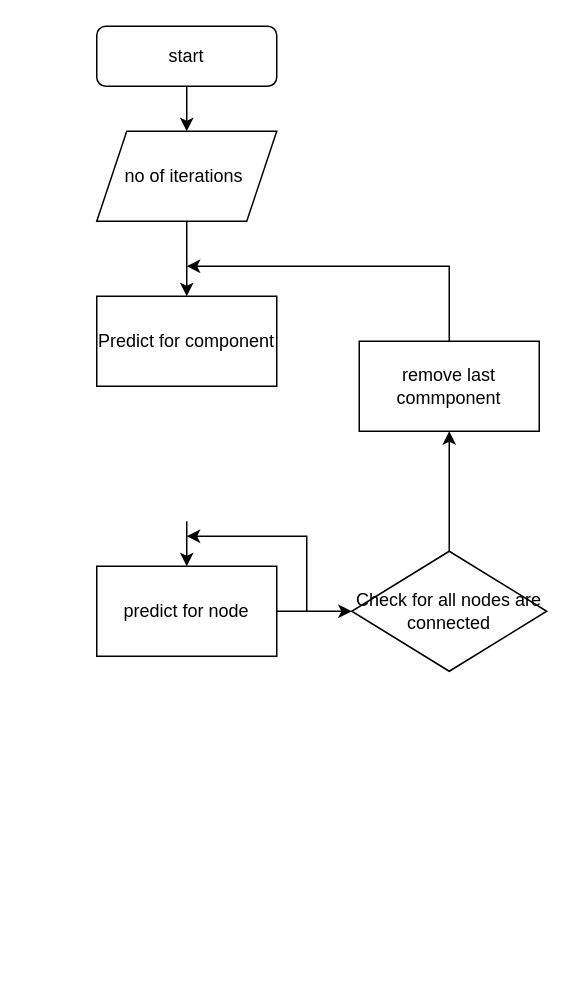
Before: Untitled Diagram.drawio in praveen2k2/praveen2k2, a draw.io diagram. Source tidied: cells renumbered, new cells numbered last; positions are measured from the earlier drawing's top-left corner, leaving out a move shared by most shapes. Both pictures are drawn from the tidied source at 150%, with x=0, y=0 at pixel (96, 26).
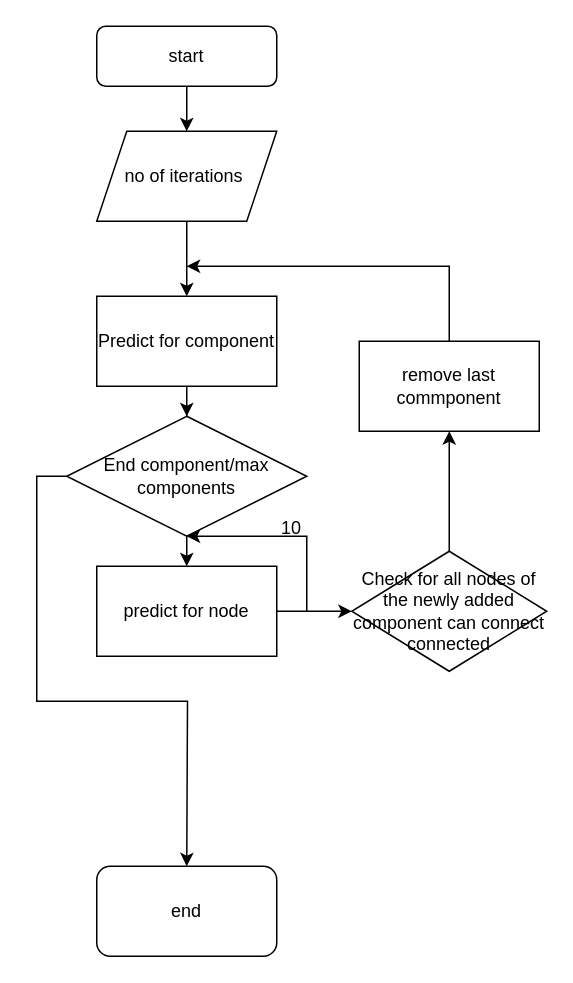
The same diagram, later.

Unchanged cells that the change refers to:
```xml
<mxCell id="11" value="Predict for component" style="rounded=0;whiteSpace=wrap;html=1;" parent="1" vertex="1">
  <mxGeometry y="180" width="120" height="60" as="geometry" />
</mxCell>
```

What changed in the source:
```diff
@@
-    <mxCell id="8" value="Check for all nodes are connected" style="rhombus;whiteSpace=wrap;html=1;" parent="1" vertex="1">
+    <mxCell id="8" value="Check for all nodes of the newly added component can connect connected" style="rhombus;whiteSpace=wrap;html=1;" parent="1" vertex="1">
       <mxGeometry x="170" y="350" width="130" height="80" as="geometry" />
     </mxCell>
@@
+    <mxCell id="15" style="edgeStyle=orthogonalEdgeStyle;rounded=0;jettySize=auto;html=1;exitX=0.5;exitY=1;exitDx=0;exitDy=0;" parent="1" edge="1" source="11" target="17">
+      <mxGeometry relative="1" as="geometry" />
+    </mxCell>
@@
+    <mxCell id="16" style="edgeStyle=orthogonalEdgeStyle;rounded=0;jettySize=auto;html=1;exitX=0;exitY=0.5;exitDx=0;exitDy=0;" parent="1" edge="1" source="17">
+      <mxGeometry relative="1" as="geometry">
+        <mxPoint x="60" y="560" as="targetPoint" />
+      </mxGeometry>
+    </mxCell>
+    <mxCell id="17" value="End component/max components" style="rhombus;whiteSpace=wrap;html=1;" parent="1" vertex="1">
+      <mxGeometry x="-20" y="260" width="160" height="80" as="geometry" />
+    </mxCell>
+    <mxCell id="18" value="10" style="text;html=1;align=center;verticalAlign=middle;whiteSpace=wrap;rounded=0;" parent="1" vertex="1">
+      <mxGeometry x="100" y="320" width="60" height="30" as="geometry" />
+    </mxCell>
+    <mxCell id="19" value="end" style="rounded=1;whiteSpace=wrap;html=1;" parent="1" vertex="1">
+      <mxGeometry y="560" width="120" height="60" as="geometry" />
+    </mxCell>
```
